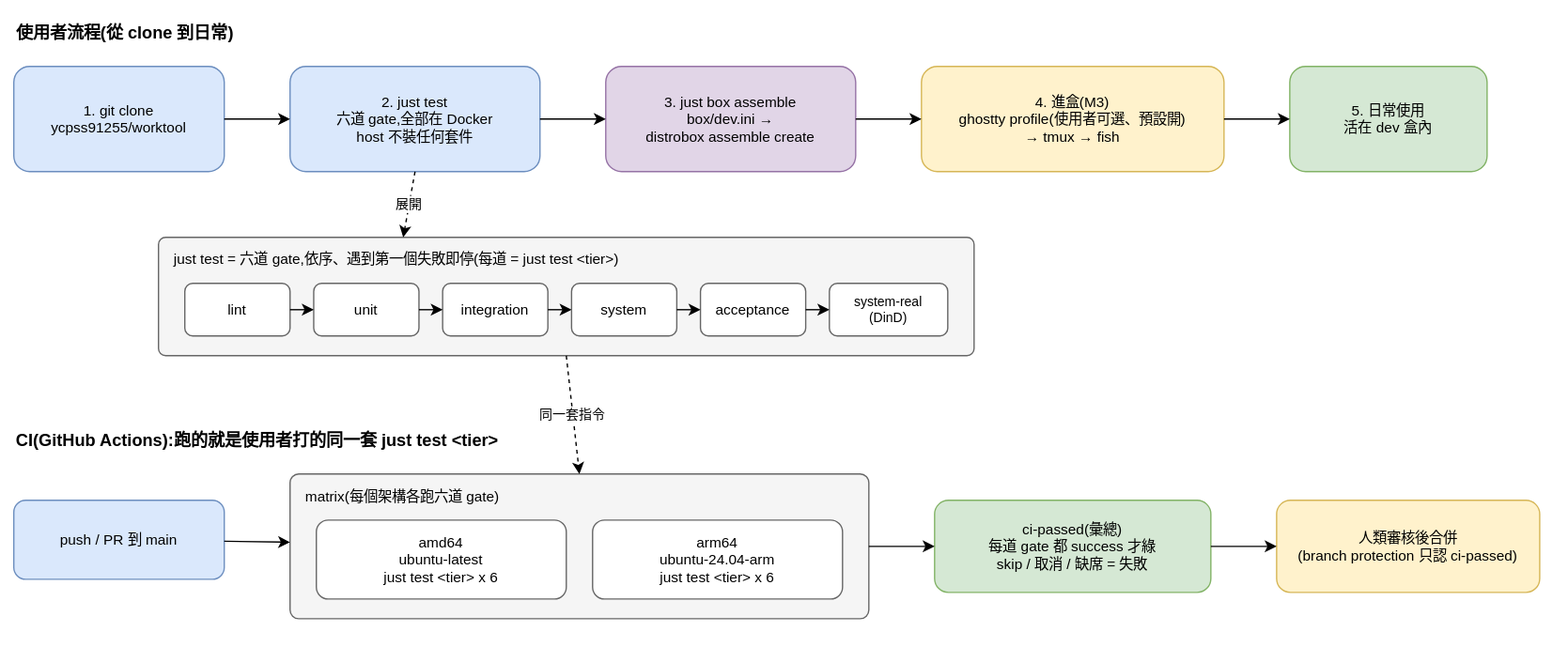
The draw.io diagram doc/diagram/flow.drawio.svg in ycpss91255/worktool, before a commit. Source tidied: cells renumbered, new cells last; positions are measured from the earlier drawing's top-left corner, leaving out a move shared by most shapes.
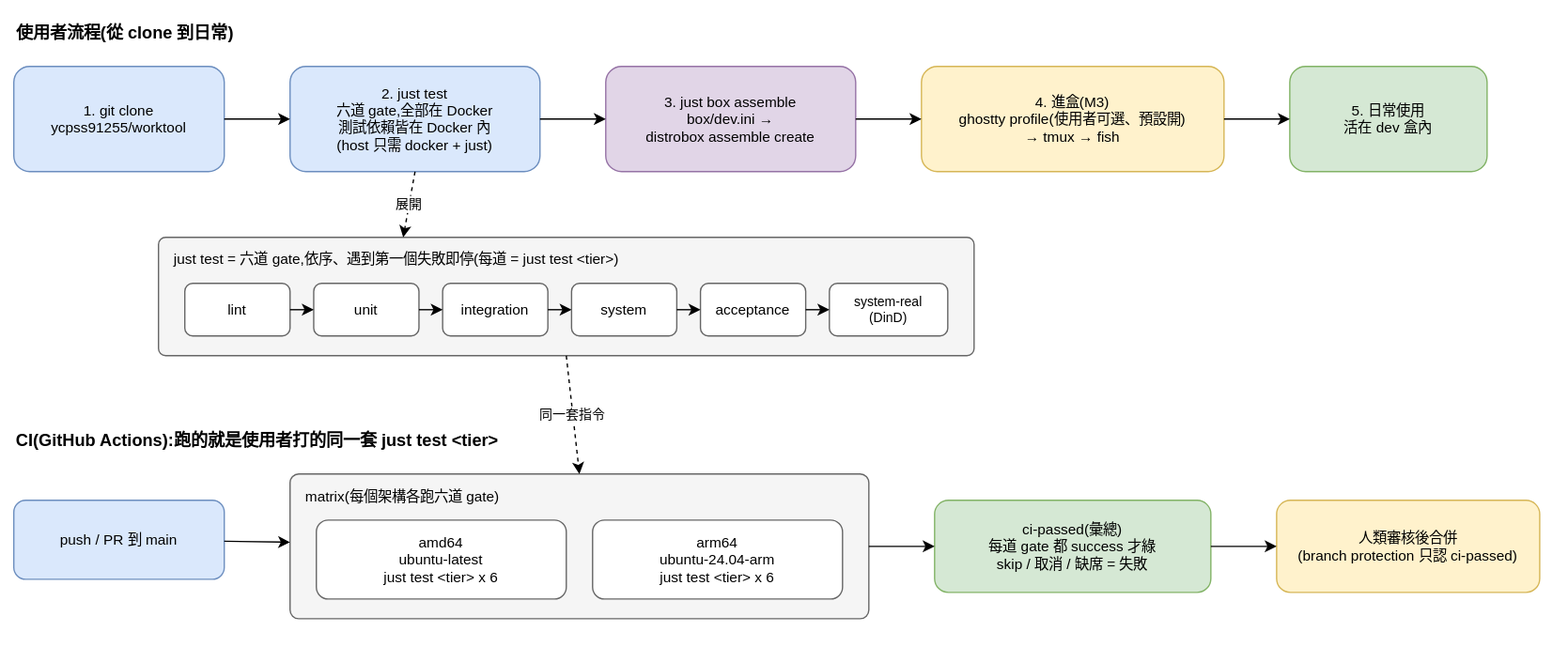
Later version of the same file.

Commit message:
docs(diagram): flow test node says host only needs docker + just; tighten diagram_spec (#163)

The edit, as a diff of the source:
```diff
@@ -8,7 +8,7 @@
     <mxCell id="3" value="1. git clone&#10;ycpss91255/worktool" style="rounded=1;fillColor=#dae8fc;strokeColor=#6c8ebf;fontSize=11;" parent="1" vertex="1">
       <mxGeometry y="40" width="160" height="80" as="geometry" />
     </mxCell>
-    <mxCell id="4" value="2. just test&#10;六道 gate,全部在 Docker&#10;host 不裝任何套件" style="rounded=1;fillColor=#dae8fc;strokeColor=#6c8ebf;fontSize=11;" parent="1" vertex="1">
+    <mxCell id="4" value="2. just test&#10;六道 gate,全部在 Docker&#10;測試依賴皆在 Docker 內&#10;(host 只需 docker + just)" style="rounded=1;fillColor=#dae8fc;strokeColor=#6c8ebf;fontSize=11;" parent="1" vertex="1">
       <mxGeometry x="210" y="40" width="190" height="80" as="geometry" />
     </mxCell>
     <mxCell id="5" value="3. just box assemble&#10;box/dev.ini →&#10;distrobox assemble create" style="rounded=1;fillColor=#e1d5e7;strokeColor=#9673a6;fontSize=11;" parent="1" vertex="1">
```
